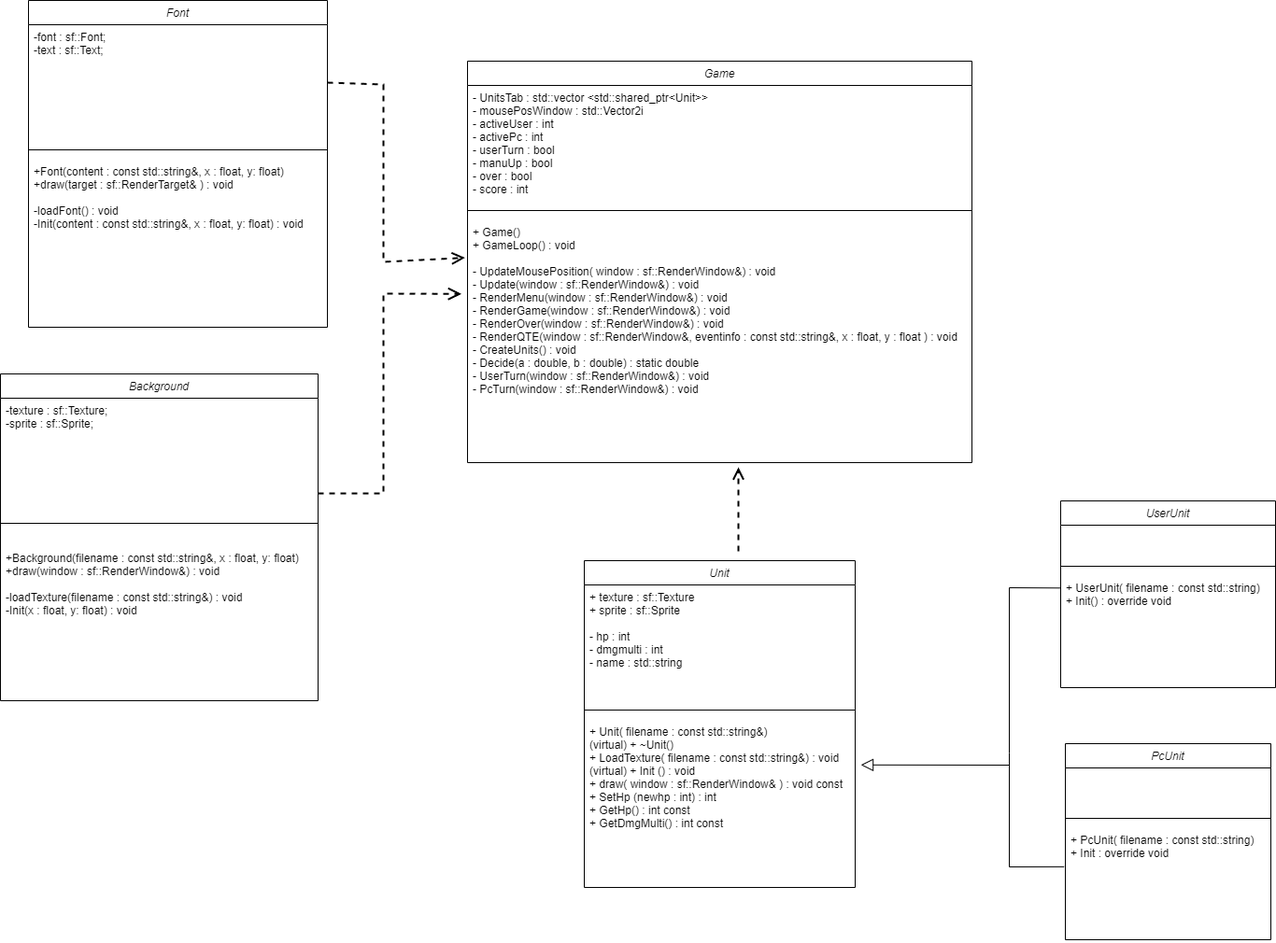
This is docs/DiagramTBG.png from 281273/TBG, a draw.io export, as it was before one commit. Source tidied: cells renumbered, new cells last; positions are measured from the earlier drawing's top-left corner, leaving out a move shared by most shapes. Source of this version:
```xml
<mxGraphModel>
  <root>
    <mxCell id="0" />
    <mxCell id="1" parent="0" />
    <mxCell id="2" value="Game" style="swimlane;fontStyle=2;align=center;verticalAlign=top;horizontal=1;startSize=26;rounded=0;shadow=0;strokeWidth=1;" parent="1" vertex="1">
      <mxGeometry x="500" y="65" width="540" height="430" as="geometry" />
    </mxCell>
    <mxCell id="3" value="- UnitsTab : std::vector &lt;std::shared_ptr&lt;Unit&gt;&gt;&#10;- mousePosWindow : std::Vector2i&#10;- activeUser : int&#10;- activePc : int&#10;- userTurn : bool&#10;- manuUp : bool&#10;- over : bool&#10;- score : int&#10;" style="text;align=left;verticalAlign=top;spacingLeft=4;spacingRight=4;overflow=hidden;" parent="2" vertex="1">
      <mxGeometry y="26" width="540" height="124" as="geometry" />
    </mxCell>
    <mxCell id="4" style="line;html=1;strokeWidth=1;align=left;verticalAlign=middle;spacingTop=-1;spacingLeft=3;spacingRight=3;labelPosition=right;" parent="2" vertex="1">
      <mxGeometry y="150" width="540" height="20" as="geometry" />
    </mxCell>
    <mxCell id="5" value="+ Game()&#10;+ GameLoop() : void&#10;&#10;- UpdateMousePosition( window : sf::RenderWindow&amp;) : void&#10;- Update(window : sf::RenderWindow&amp;) : void&#10;- RenderMenu(window : sf::RenderWindow&amp;) : void&#10;- RenderGame(window : sf::RenderWindow&amp;) : void&#10;- RenderOver(window : sf::RenderWindow&amp;) : void&#10;- RenderQTE(window : sf::RenderWindow&amp;, eventinfo : const std::string&amp;, x : float, y : float ) : void&#10;- CreateUnits() : void&#10;- Decide(a : double, b : double) : static double &#10;- UserTurn(window : sf::RenderWindow&amp;) : void&#10;- PcTurn(window : sf::RenderWindow&amp;) : void&#10;" style="text;align=left;verticalAlign=top;spacingLeft=4;spacingRight=4;overflow=hidden;points=[[0,0.5],[1,0.5]];portConstraint=eastwest;" parent="2" vertex="1">
      <mxGeometry y="170" width="540" height="260" as="geometry" />
    </mxCell>
    <mxCell id="6" value="Unit" style="swimlane;fontStyle=2;align=center;verticalAlign=top;horizontal=1;startSize=26;rounded=0;shadow=0;strokeWidth=1;" parent="1" vertex="1">
      <mxGeometry x="625" y="600" width="290" height="350" as="geometry" />
    </mxCell>
    <mxCell id="7" value="+ texture : sf::Texture&#10;+ sprite : sf::Sprite&#10;&#10;- hp : int&#10;- dmgmulti : int&#10;- name : std::string" style="text;align=left;verticalAlign=top;spacingLeft=4;spacingRight=4;overflow=hidden;" parent="6" vertex="1">
      <mxGeometry y="26" width="290" height="124" as="geometry" />
    </mxCell>
    <mxCell id="8" style="line;html=1;strokeWidth=1;align=left;verticalAlign=middle;spacingTop=-1;spacingLeft=3;spacingRight=3;labelPosition=right;" parent="6" vertex="1">
      <mxGeometry y="150" width="290" height="20" as="geometry" />
    </mxCell>
    <mxCell id="9" value="+ Unit( filename : const std::string&amp;)&#10;(virtual) + ~Unit()&#10;+ LoadTexture( filename : const std::string&amp;) : void&#10;(virtual) + Init () : void&#10;+ draw( window : sf::RenderWindow&amp; ) : void const&#10;+ SetHp (newhp : int) : int&#10;+ GetHp() : int const&#10;+ GetDmgMulti() : int const&#10;" style="text;align=left;verticalAlign=top;spacingLeft=4;spacingRight=4;overflow=hidden;points=[[0,0.5],[1,0.5]];portConstraint=eastwest;" parent="6" vertex="1">
      <mxGeometry y="170" width="290" height="180" as="geometry" />
    </mxCell>
    <mxCell id="10" value="PcUnit" style="swimlane;fontStyle=2;align=center;verticalAlign=top;horizontal=1;startSize=26;rounded=0;shadow=0;strokeWidth=1;" parent="1" vertex="1">
      <mxGeometry x="1140" y="796" width="220" height="210" as="geometry" />
    </mxCell>
    <mxCell id="11" value=" " style="text;align=left;verticalAlign=top;spacingLeft=4;spacingRight=4;overflow=hidden;" parent="10" vertex="1">
      <mxGeometry y="26" width="220" height="44" as="geometry" />
    </mxCell>
    <mxCell id="12" style="line;html=1;strokeWidth=1;align=left;verticalAlign=middle;spacingTop=-1;spacingLeft=3;spacingRight=3;labelPosition=right;" parent="10" vertex="1">
      <mxGeometry y="70" width="220" height="20" as="geometry" />
    </mxCell>
    <mxCell id="13" value="+ PcUnit( filename : const std::string)&#10;+ Init : override void" style="text;align=left;verticalAlign=top;spacingLeft=4;spacingRight=4;overflow=hidden;points=[[0,0.5],[1,0.5]];portConstraint=eastwest;" parent="10" vertex="1">
      <mxGeometry y="90" width="220" height="120" as="geometry" />
    </mxCell>
    <mxCell id="14" value="UserUnit" style="swimlane;fontStyle=2;align=center;verticalAlign=top;horizontal=1;startSize=26;rounded=0;shadow=0;strokeWidth=1;" parent="1" vertex="1">
      <mxGeometry x="1135" y="536" width="230" height="200" as="geometry" />
    </mxCell>
    <mxCell id="15" value=" " style="text;align=left;verticalAlign=top;spacingLeft=4;spacingRight=4;overflow=hidden;" parent="14" vertex="1">
      <mxGeometry y="26" width="230" height="34" as="geometry" />
    </mxCell>
    <mxCell id="16" style="line;html=1;strokeWidth=1;align=left;verticalAlign=middle;spacingTop=-1;spacingLeft=3;spacingRight=3;labelPosition=right;" parent="14" vertex="1">
      <mxGeometry y="60" width="230" height="20" as="geometry" />
    </mxCell>
    <mxCell id="17" value="+ UserUnit( filename : const std::string)&#10;+ Init() : override void" style="text;align=left;verticalAlign=top;spacingLeft=4;spacingRight=4;overflow=hidden;points=[[0,0.5],[1,0.5]];portConstraint=eastwest;" parent="14" vertex="1">
      <mxGeometry y="80" width="230" height="120" as="geometry" />
    </mxCell>
    <mxCell id="18" value="Font" style="swimlane;fontStyle=2;align=center;verticalAlign=top;horizontal=1;startSize=26;rounded=0;shadow=0;strokeWidth=1;" parent="1" vertex="1">
      <mxGeometry x="30" width="320" height="350" as="geometry" />
    </mxCell>
    <mxCell id="19" value="-font : sf::Font;&#10;-text : sf::Text;" style="text;align=left;verticalAlign=top;spacingLeft=4;spacingRight=4;overflow=hidden;points=[[0,0.5],[1,0.5]];portConstraint=eastwest;" parent="18" vertex="1">
      <mxGeometry y="26" width="320" height="124" as="geometry" />
    </mxCell>
    <mxCell id="20" style="line;html=1;strokeWidth=1;align=left;verticalAlign=middle;spacingTop=-1;spacingLeft=3;spacingRight=3;labelPosition=right;" parent="18" vertex="1">
      <mxGeometry y="150" width="320" height="20" as="geometry" />
    </mxCell>
    <mxCell id="21" value="+Font(content : const std::string&amp;, x : float, y: float)&#10;+draw(target : sf::RenderTarget&amp; ) : void&#10;&#10;-loadFont() : void&#10;-Init(content : const std::string&amp;, x : float, y: float) : void&#10;&#10;" style="text;align=left;verticalAlign=top;spacingLeft=4;spacingRight=4;overflow=hidden;" parent="18" vertex="1">
      <mxGeometry y="170" width="320" height="180" as="geometry" />
    </mxCell>
    <mxCell id="22" style="endArrow=none;html=1;rounded=0;entryX=0;entryY=0.111;entryDx=0;entryDy=0;entryPerimeter=0;" parent="1" edge="1" target="17">
      <mxGeometry relative="1" as="geometry">
        <mxPoint x="1080" y="806" as="sourcePoint" />
        <Array as="points">
          <mxPoint x="1080" y="629" />
        </Array>
      </mxGeometry>
    </mxCell>
    <mxCell id="23" style="endArrow=none;html=1;rounded=0;exitX=-0.006;exitY=0.349;exitDx=0;exitDy=0;exitPerimeter=0;" parent="1" edge="1" source="13">
      <mxGeometry relative="1" as="geometry">
        <mxPoint x="1080" y="806" as="targetPoint" />
        <Array as="points">
          <mxPoint x="1080" y="928" />
        </Array>
      </mxGeometry>
    </mxCell>
    <mxCell id="24" style="endArrow=open;html=1;rounded=0;exitX=1;exitY=0.5;exitDx=0;exitDy=0;entryX=-0.005;entryY=0.156;entryDx=0;entryDy=0;dashed=1;endFill=0;endSize=10;entryPerimeter=0;strokeWidth=2;" parent="1" edge="1" source="19" target="5">
      <mxGeometry relative="1" as="geometry">
        <Array as="points">
          <mxPoint x="410" y="90" />
          <mxPoint x="410" y="280" />
        </Array>
      </mxGeometry>
    </mxCell>
    <mxCell id="25" style="endArrow=open;html=1;rounded=0;exitX=1;exitY=0.5;exitDx=0;exitDy=0;entryX=-0.012;entryY=0.305;entryDx=0;entryDy=0;dashed=1;endFill=0;endSize=10;entryPerimeter=0;strokeWidth=2;" parent="1" edge="1" target="5">
      <mxGeometry relative="1" as="geometry">
        <mxPoint x="340" y="528" as="sourcePoint" />
        <Array as="points">
          <mxPoint x="410" y="528" />
          <mxPoint x="410" y="314" />
        </Array>
      </mxGeometry>
    </mxCell>
    <mxCell id="26" style="endArrow=block;html=1;rounded=0;entryX=1.021;entryY=0.271;entryDx=0;entryDy=0;entryPerimeter=0;endFill=0;endSize=11;" parent="1" edge="1" target="9">
      <mxGeometry relative="1" as="geometry">
        <mxPoint x="1080" y="819" as="sourcePoint" />
      </mxGeometry>
    </mxCell>
    <mxCell id="27" style="endArrow=open;html=1;rounded=0;dashed=1;endFill=0;endSize=9;strokeWidth=2;" parent="1" edge="1">
      <mxGeometry relative="1" as="geometry">
        <mxPoint x="790" y="590" as="sourcePoint" />
        <mxPoint x="790" y="500" as="targetPoint" />
      </mxGeometry>
    </mxCell>
    <mxCell id="28" value="Background" style="swimlane;fontStyle=2;align=center;verticalAlign=top;horizontal=1;startSize=26;rounded=0;shadow=0;strokeWidth=1;" parent="1" vertex="1">
      <mxGeometry y="400" width="340" height="350" as="geometry" />
    </mxCell>
    <mxCell id="29" value="-texture : sf::Texture;&#10;-sprite : sf::Sprite;" style="text;align=left;verticalAlign=top;spacingLeft=4;spacingRight=4;overflow=hidden;" parent="28" vertex="1">
      <mxGeometry y="26" width="340" height="124" as="geometry" />
    </mxCell>
    <mxCell id="30" style="line;html=1;strokeWidth=1;align=left;verticalAlign=middle;spacingTop=-1;spacingLeft=3;spacingRight=3;labelPosition=right;" parent="28" vertex="1">
      <mxGeometry y="150" width="340" height="20" as="geometry" />
    </mxCell>
    <mxCell id="31" value="&#10;+Background(filename : const std::string&amp;, x : float, y: float)&#10;+draw(window : sf::RenderWindow&amp;) : void&#10;&#10;-loadTexture(filename : const std::string&amp;) : void&#10;-Init(x : float, y: float) : void&#10;" style="text;align=left;verticalAlign=top;spacingLeft=4;spacingRight=4;overflow=hidden;" parent="28" vertex="1">
      <mxGeometry y="170" width="340" height="180" as="geometry" />
    </mxCell>
  </root>
</mxGraphModel>
```
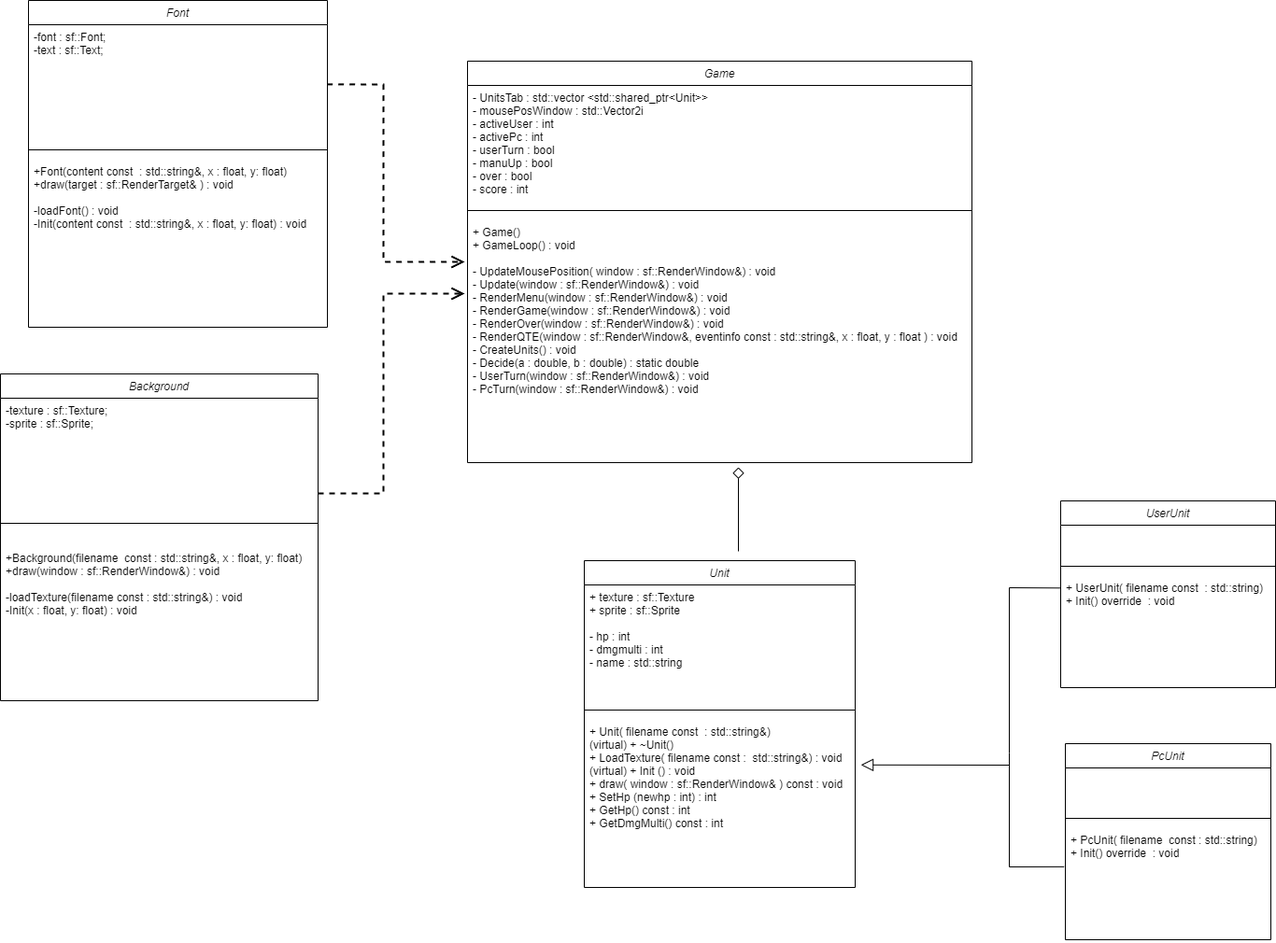
The same file after the commit.

What changed in the source:
```diff
@@ -11,7 +11,7 @@
     <mxCell id="4" style="line;html=1;strokeWidth=1;align=left;verticalAlign=middle;spacingTop=-1;spacingLeft=3;spacingRight=3;labelPosition=right;" parent="2" vertex="1">
       <mxGeometry y="150" width="540" height="20" as="geometry" />
     </mxCell>
-    <mxCell id="5" value="+ Game()&#10;+ GameLoop() : void&#10;&#10;- UpdateMousePosition( window : sf::RenderWindow&amp;) : void&#10;- Update(window : sf::RenderWindow&amp;) : void&#10;- RenderMenu(window : sf::RenderWindow&amp;) : void&#10;- RenderGame(window : sf::RenderWindow&amp;) : void&#10;- RenderOver(window : sf::RenderWindow&amp;) : void&#10;- RenderQTE(window : sf::RenderWindow&amp;, eventinfo : const std::string&amp;, x : float, y : float ) : void&#10;- CreateUnits() : void&#10;- Decide(a : double, b : double) : static double &#10;- UserTurn(window : sf::RenderWindow&amp;) : void&#10;- PcTurn(window : sf::RenderWindow&amp;) : void&#10;" style="text;align=left;verticalAlign=top;spacingLeft=4;spacingRight=4;overflow=hidden;points=[[0,0.5],[1,0.5]];portConstraint=eastwest;" parent="2" vertex="1">
+    <mxCell id="5" value="+ Game()&#10;+ GameLoop() : void&#10;&#10;- UpdateMousePosition( window : sf::RenderWindow&amp;) : void&#10;- Update(window : sf::RenderWindow&amp;) : void&#10;- RenderMenu(window : sf::RenderWindow&amp;) : void&#10;- RenderGame(window : sf::RenderWindow&amp;) : void&#10;- RenderOver(window : sf::RenderWindow&amp;) : void&#10;- RenderQTE(window : sf::RenderWindow&amp;, eventinfo const : std::string&amp;, x : float, y : float ) : void&#10;- CreateUnits() : void&#10;- Decide(a : double, b : double) : static double &#10;- UserTurn(window : sf::RenderWindow&amp;) : void&#10;- PcTurn(window : sf::RenderWindow&amp;) : void&#10;" style="text;align=left;verticalAlign=top;spacingLeft=4;spacingRight=4;overflow=hidden;points=[[0,0.5],[1,0.5]];portConstraint=eastwest;" parent="2" vertex="1">
       <mxGeometry y="170" width="540" height="260" as="geometry" />
     </mxCell>
     <mxCell id="6" value="Unit" style="swimlane;fontStyle=2;align=center;verticalAlign=top;horizontal=1;startSize=26;rounded=0;shadow=0;strokeWidth=1;" parent="1" vertex="1">
@@ -23,7 +23,7 @@
     <mxCell id="8" style="line;html=1;strokeWidth=1;align=left;verticalAlign=middle;spacingTop=-1;spacingLeft=3;spacingRight=3;labelPosition=right;" parent="6" vertex="1">
       <mxGeometry y="150" width="290" height="20" as="geometry" />
     </mxCell>
-    <mxCell id="9" value="+ Unit( filename : const std::string&amp;)&#10;(virtual) + ~Unit()&#10;+ LoadTexture( filename : const std::string&amp;) : void&#10;(virtual) + Init () : void&#10;+ draw( window : sf::RenderWindow&amp; ) : void const&#10;+ SetHp (newhp : int) : int&#10;+ GetHp() : int const&#10;+ GetDmgMulti() : int const&#10;" style="text;align=left;verticalAlign=top;spacingLeft=4;spacingRight=4;overflow=hidden;points=[[0,0.5],[1,0.5]];portConstraint=eastwest;" parent="6" vertex="1">
+    <mxCell id="9" value="+ Unit( filename const  : std::string&amp;)&#10;(virtual) + ~Unit()&#10;+ LoadTexture( filename const :  std::string&amp;) : void&#10;(virtual) + Init () : void&#10;+ draw( window : sf::RenderWindow&amp; ) const : void &#10;+ SetHp (newhp : int) : int&#10;+ GetHp() const : int &#10;+ GetDmgMulti() const : int &#10;" style="text;align=left;verticalAlign=top;spacingLeft=4;spacingRight=4;overflow=hidden;points=[[0,0.5],[1,0.5]];portConstraint=eastwest;" parent="6" vertex="1">
       <mxGeometry y="170" width="290" height="180" as="geometry" />
     </mxCell>
     <mxCell id="10" value="PcUnit" style="swimlane;fontStyle=2;align=center;verticalAlign=top;horizontal=1;startSize=26;rounded=0;shadow=0;strokeWidth=1;" parent="1" vertex="1">
@@ -35,7 +35,7 @@
     <mxCell id="12" style="line;html=1;strokeWidth=1;align=left;verticalAlign=middle;spacingTop=-1;spacingLeft=3;spacingRight=3;labelPosition=right;" parent="10" vertex="1">
       <mxGeometry y="70" width="220" height="20" as="geometry" />
     </mxCell>
-    <mxCell id="13" value="+ PcUnit( filename : const std::string)&#10;+ Init : override void" style="text;align=left;verticalAlign=top;spacingLeft=4;spacingRight=4;overflow=hidden;points=[[0,0.5],[1,0.5]];portConstraint=eastwest;" parent="10" vertex="1">
+    <mxCell id="13" value="+ PcUnit( filename  const : std::string)&#10;+ Init() override  : void" style="text;align=left;verticalAlign=top;spacingLeft=4;spacingRight=4;overflow=hidden;points=[[0,0.5],[1,0.5]];portConstraint=eastwest;" parent="10" vertex="1">
       <mxGeometry y="90" width="220" height="120" as="geometry" />
     </mxCell>
     <mxCell id="14" value="UserUnit" style="swimlane;fontStyle=2;align=center;verticalAlign=top;horizontal=1;startSize=26;rounded=0;shadow=0;strokeWidth=1;" parent="1" vertex="1">
@@ -47,7 +47,7 @@
     <mxCell id="16" style="line;html=1;strokeWidth=1;align=left;verticalAlign=middle;spacingTop=-1;spacingLeft=3;spacingRight=3;labelPosition=right;" parent="14" vertex="1">
       <mxGeometry y="60" width="230" height="20" as="geometry" />
     </mxCell>
-    <mxCell id="17" value="+ UserUnit( filename : const std::string)&#10;+ Init() : override void" style="text;align=left;verticalAlign=top;spacingLeft=4;spacingRight=4;overflow=hidden;points=[[0,0.5],[1,0.5]];portConstraint=eastwest;" parent="14" vertex="1">
+    <mxCell id="17" value="+ UserUnit( filename const  : std::string)&#10;+ Init() override  : void" style="text;align=left;verticalAlign=top;spacingLeft=4;spacingRight=4;overflow=hidden;points=[[0,0.5],[1,0.5]];portConstraint=eastwest;" parent="14" vertex="1">
       <mxGeometry y="80" width="230" height="120" as="geometry" />
     </mxCell>
     <mxCell id="18" value="Font" style="swimlane;fontStyle=2;align=center;verticalAlign=top;horizontal=1;startSize=26;rounded=0;shadow=0;strokeWidth=1;" parent="1" vertex="1">
@@ -59,7 +59,7 @@
     <mxCell id="20" style="line;html=1;strokeWidth=1;align=left;verticalAlign=middle;spacingTop=-1;spacingLeft=3;spacingRight=3;labelPosition=right;" parent="18" vertex="1">
       <mxGeometry y="150" width="320" height="20" as="geometry" />
     </mxCell>
-    <mxCell id="21" value="+Font(content : const std::string&amp;, x : float, y: float)&#10;+draw(target : sf::RenderTarget&amp; ) : void&#10;&#10;-loadFont() : void&#10;-Init(content : const std::string&amp;, x : float, y: float) : void&#10;&#10;" style="text;align=left;verticalAlign=top;spacingLeft=4;spacingRight=4;overflow=hidden;" parent="18" vertex="1">
+    <mxCell id="21" value="+Font(content const  : std::string&amp;, x : float, y: float)&#10;+draw(target : sf::RenderTarget&amp; ) : void&#10;&#10;-loadFont() : void&#10;-Init(content const  : std::string&amp;, x : float, y: float) : void&#10;&#10;" style="text;align=left;verticalAlign=top;spacingLeft=4;spacingRight=4;overflow=hidden;" parent="18" vertex="1">
       <mxGeometry y="170" width="320" height="180" as="geometry" />
     </mxCell>
     <mxCell id="22" style="endArrow=none;html=1;rounded=0;entryX=0;entryY=0.111;entryDx=0;entryDy=0;entryPerimeter=0;" parent="1" edge="1" target="17">
@@ -78,17 +78,19 @@
         </Array>
       </mxGeometry>
     </mxCell>
-    <mxCell id="24" style="endArrow=open;html=1;rounded=0;exitX=1;exitY=0.5;exitDx=0;exitDy=0;entryX=-0.005;entryY=0.156;entryDx=0;entryDy=0;dashed=1;endFill=0;endSize=10;entryPerimeter=0;strokeWidth=2;" parent="1" edge="1" source="19" target="5">
+    <mxCell id="24" style="endArrow=open;html=1;rounded=0;dashed=1;endFill=0;endSize=10;strokeWidth=2;exitX=0.999;exitY=0.515;exitDx=0;exitDy=0;exitPerimeter=0;" parent="1" edge="1" source="19">
       <mxGeometry relative="1" as="geometry">
+        <mxPoint x="497" y="280" as="targetPoint" />
         <Array as="points">
           <mxPoint x="410" y="90" />
           <mxPoint x="410" y="280" />
         </Array>
       </mxGeometry>
     </mxCell>
-    <mxCell id="25" style="endArrow=open;html=1;rounded=0;exitX=1;exitY=0.5;exitDx=0;exitDy=0;entryX=-0.012;entryY=0.305;entryDx=0;entryDy=0;dashed=1;endFill=0;endSize=10;entryPerimeter=0;strokeWidth=2;" parent="1" edge="1" target="5">
+    <mxCell id="25" style="endArrow=open;html=1;rounded=0;exitX=1;exitY=0.5;exitDx=0;exitDy=0;dashed=1;endFill=0;endSize=10;strokeWidth=2;" parent="1" edge="1">
       <mxGeometry relative="1" as="geometry">
         <mxPoint x="340" y="528" as="sourcePoint" />
+        <mxPoint x="497" y="314" as="targetPoint" />
         <Array as="points">
           <mxPoint x="410" y="528" />
           <mxPoint x="410" y="314" />
@@ -100,7 +102,7 @@
         <mxPoint x="1080" y="819" as="sourcePoint" />
       </mxGeometry>
     </mxCell>
-    <mxCell id="27" style="endArrow=open;html=1;rounded=0;dashed=1;endFill=0;endSize=9;strokeWidth=2;" parent="1" edge="1">
+    <mxCell id="27" style="endArrow=diamond;html=1;rounded=0;endFill=0;endSize=10;strokeWidth=1;targetPerimeterSpacing=0;jumpSize=6;" parent="1" edge="1">
       <mxGeometry relative="1" as="geometry">
         <mxPoint x="790" y="590" as="sourcePoint" />
         <mxPoint x="790" y="500" as="targetPoint" />
@@ -115,7 +117,7 @@
     <mxCell id="30" style="line;html=1;strokeWidth=1;align=left;verticalAlign=middle;spacingTop=-1;spacingLeft=3;spacingRight=3;labelPosition=right;" parent="28" vertex="1">
       <mxGeometry y="150" width="340" height="20" as="geometry" />
     </mxCell>
-    <mxCell id="31" value="&#10;+Background(filename : const std::string&amp;, x : float, y: float)&#10;+draw(window : sf::RenderWindow&amp;) : void&#10;&#10;-loadTexture(filename : const std::string&amp;) : void&#10;-Init(x : float, y: float) : void&#10;" style="text;align=left;verticalAlign=top;spacingLeft=4;spacingRight=4;overflow=hidden;" parent="28" vertex="1">
+    <mxCell id="31" value="&#10;+Background(filename  const : std::string&amp;, x : float, y: float)&#10;+draw(window : sf::RenderWindow&amp;) : void&#10;&#10;-loadTexture(filename const : std::string&amp;) : void&#10;-Init(x : float, y: float) : void&#10;" style="text;align=left;verticalAlign=top;spacingLeft=4;spacingRight=4;overflow=hidden;" parent="28" vertex="1">
       <mxGeometry y="170" width="340" height="180" as="geometry" />
     </mxCell>
   </root>
```
